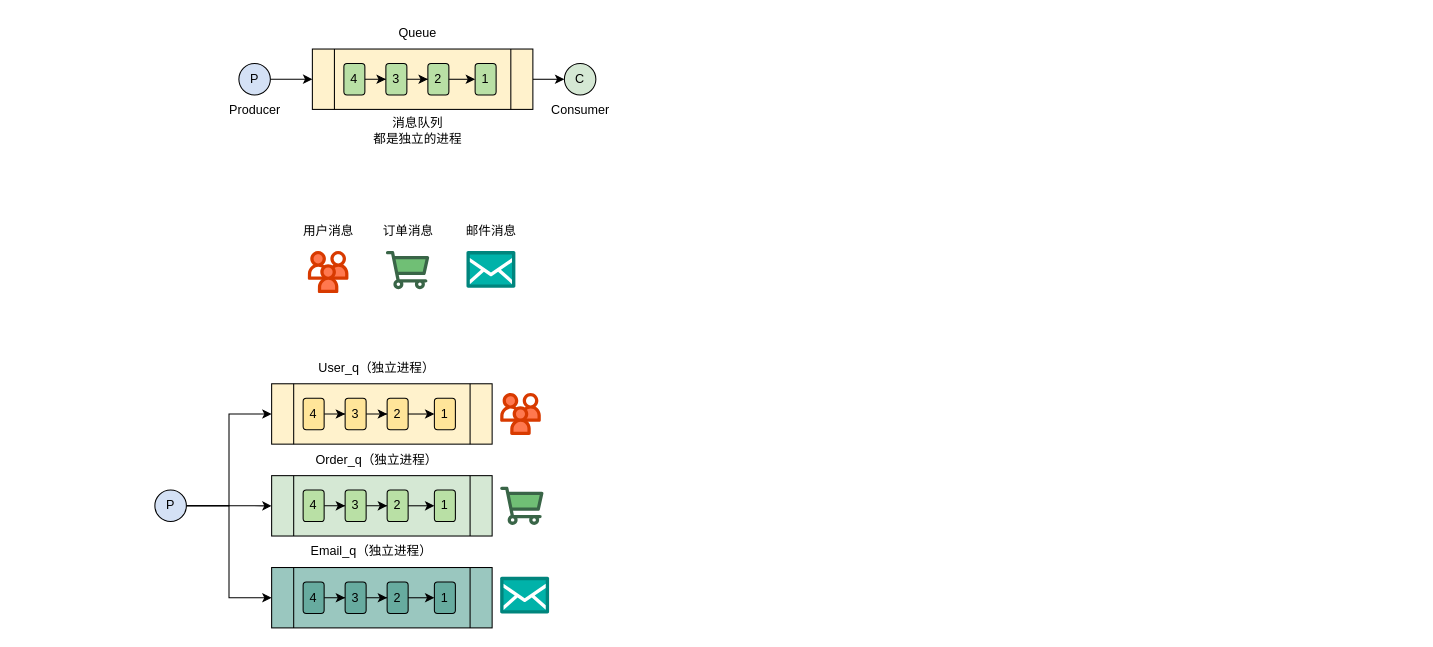
Above: Drawio/RabbitMQ.drawio in RainbowJier/RabbitMQ (draw.io), before the change. Source tidied: cells renumbered, new cells numbered last; positions are measured from the earlier drawing's top-left corner, leaving out a move shared by most shapes. Both pictures are drawn from the tidied source at 105%, with x=0, y=0 at pixel (154, 17).
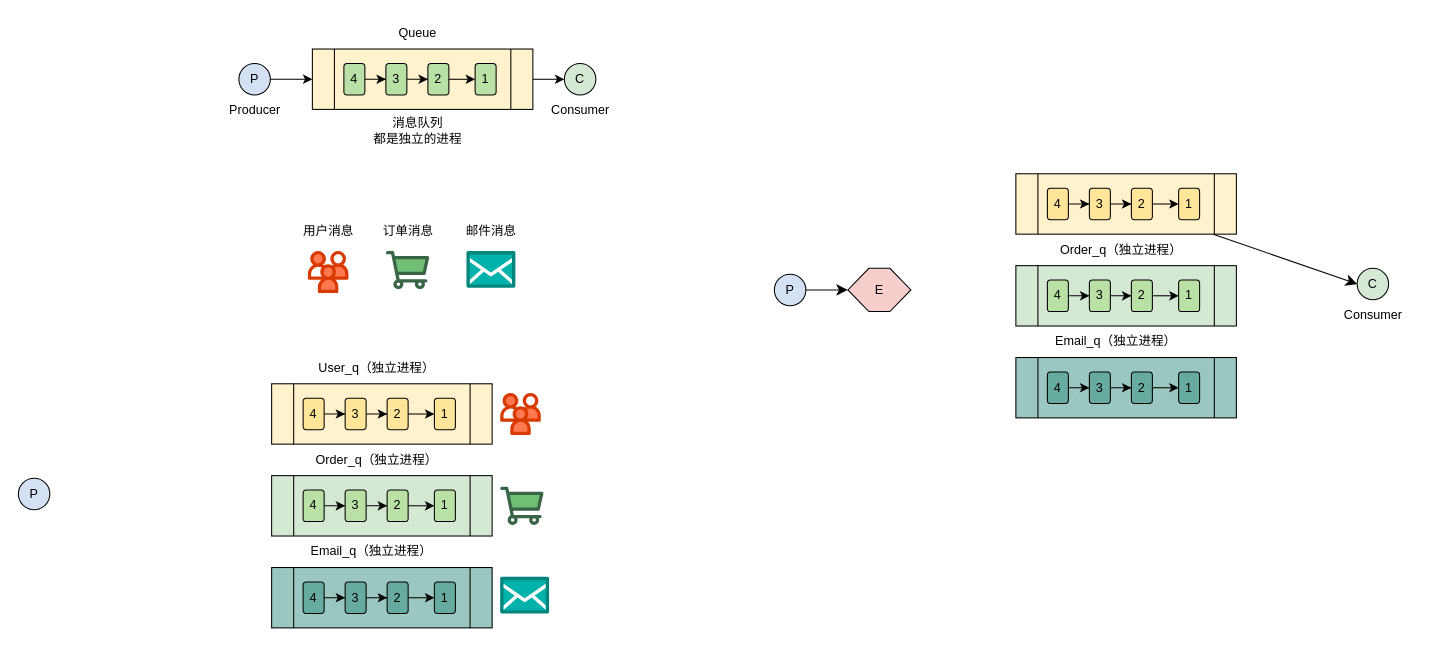
After the change.

The change refers to these unchanged cells:
```xml
<mxCell id="28" style="shape=process;whiteSpace=wrap;html=1;backgroundOutline=1;fillColor=#FFF2CC;" parent="1" vertex="1">
  <mxGeometry x="111.2" y="349" width="210" height="57.5" as="geometry" />
</mxCell>
<mxCell id="37" style="shape=process;whiteSpace=wrap;html=1;backgroundOutline=1;fillColor=#D5E8D4;" parent="1" vertex="1">
  <mxGeometry x="111.2" y="436.5" width="210" height="57.5" as="geometry" />
</mxCell>
<mxCell id="48" style="shape=process;whiteSpace=wrap;html=1;backgroundOutline=1;fillColor=#9AC7BF;" parent="1" vertex="1">
  <mxGeometry x="111.2" y="524" width="210" height="57.5" as="geometry" />
</mxCell>
```

Diff of the diagram source:
```diff
@@
-    <mxCell id="6" value="C" style="ellipse;whiteSpace=wrap;html=1;fillColor=#D5E8D4;" parent="1" vertex="1">
-      <mxGeometry x="390" y="44" width="30" height="30" as="geometry" />
-    </mxCell>
@@
-    <mxCell id="17" value="Consumer" style="text;html=1;align=center;verticalAlign=middle;strokeColor=none;fillColor=none;" parent="1" vertex="1">
-      <mxGeometry x="365" y="74" width="80" height="30" as="geometry" />
-    </mxCell>
@@
-    <mxCell id="24" style="edgeStyle=orthogonalEdgeStyle;rounded=0;jettySize=auto;html=1;entryX=0;entryY=0.5;entryDx=0;entryDy=0;" parent="1" edge="1" source="27" target="28">
-      <mxGeometry relative="1" as="geometry" />
-    </mxCell>
-    <mxCell id="25" style="edgeStyle=orthogonalEdgeStyle;rounded=0;jettySize=auto;html=1;" parent="1" edge="1" source="27" target="37">
-      <mxGeometry relative="1" as="geometry" />
-    </mxCell>
-    <mxCell id="26" style="edgeStyle=orthogonalEdgeStyle;rounded=0;jettySize=auto;html=1;entryX=0;entryY=0.5;entryDx=0;entryDy=0;" parent="1" edge="1" source="27" target="48">
-      <mxGeometry relative="1" as="geometry" />
-    </mxCell>
     <mxCell id="27" value="P" style="ellipse;whiteSpace=wrap;html=1;fillColor=#D4E1F5;" parent="1" vertex="1">
-      <mxGeometry y="450.2" width="30" height="30" as="geometry" />
+      <mxGeometry x="-130" y="439" width="30" height="30" as="geometry" />
     </mxCell>
@@
+    <mxCell id="58" style="group;" parent="1" vertex="1">
+      <mxGeometry x="365" y="44" width="80" height="60" as="geometry" />
+    </mxCell>
+    <mxCell id="6" value="C" style="ellipse;whiteSpace=wrap;html=1;fillColor=#D5E8D4;" parent="58" vertex="1">
+      <mxGeometry x="25" width="30" height="30" as="geometry" />
+    </mxCell>
+    <mxCell id="17" value="Consumer" style="text;html=1;align=center;verticalAlign=middle;strokeColor=none;fillColor=none;" parent="58" vertex="1">
+      <mxGeometry y="30" width="80" height="30" as="geometry" />
+    </mxCell>
+    <mxCell id="59" style="edgeStyle=none;curved=1;rounded=0;jettySize=auto;html=1;entryX=0;entryY=0.5;entryDx=0;entryDy=0;fontSize=12;startSize=8;endSize=8;" parent="1" edge="1" source="60" target="89">
+      <mxGeometry relative="1" as="geometry" />
+    </mxCell>
+    <mxCell id="60" style="shape=process;whiteSpace=wrap;html=1;backgroundOutline=1;fillColor=#FFF2CC;" parent="1" vertex="1">
+      <mxGeometry x="820" y="149" width="210" height="57.5" as="geometry" />
+    </mxCell>
+    <mxCell id="61" style="edgeStyle=orthogonalEdgeStyle;rounded=0;jettySize=auto;html=1;" parent="1" edge="1" source="62" target="64">
+      <mxGeometry relative="1" as="geometry" />
+    </mxCell>
+    <mxCell id="62" value="4" style="rounded=1;whiteSpace=wrap;html=1;fillColor=#FFE599;" parent="1" vertex="1">
+      <mxGeometry x="850" y="162.8" width="20" height="30" as="geometry" />
+    </mxCell>
+    <mxCell id="63" style="edgeStyle=orthogonalEdgeStyle;rounded=0;jettySize=auto;html=1;" parent="1" edge="1" source="64" target="66">
+      <mxGeometry relative="1" as="geometry" />
+    </mxCell>
+    <mxCell id="64" value="3" style="rounded=1;whiteSpace=wrap;html=1;fillColor=#FFE599;" parent="1" vertex="1">
+      <mxGeometry x="890" y="162.8" width="20" height="30" as="geometry" />
+    </mxCell>
+    <mxCell id="65" style="edgeStyle=orthogonalEdgeStyle;rounded=0;orthogonalLoop=1;jettySize=auto;html=1;" parent="1" edge="1">
+      <mxGeometry relative="1" as="geometry">
+        <mxPoint x="945" y="177.8" as="sourcePoint" />
+        <mxPoint x="975" y="177.8" as="targetPoint" />
+      </mxGeometry>
+    </mxCell>
+    <mxCell id="66" value="2" style="rounded=1;whiteSpace=wrap;html=1;fillColor=#FFE599;" parent="1" vertex="1">
+      <mxGeometry x="930" y="162.8" width="20" height="30" as="geometry" />
+    </mxCell>
+    <mxCell id="67" value="1" style="rounded=1;whiteSpace=wrap;html=1;fillColor=#FFE599;" parent="1" vertex="1">
+      <mxGeometry x="975" y="162.8" width="20" height="30" as="geometry" />
+    </mxCell>
+    <mxCell id="68" style="shape=process;whiteSpace=wrap;html=1;backgroundOutline=1;fillColor=#D5E8D4;" parent="1" vertex="1">
+      <mxGeometry x="820" y="236.5" width="210" height="57.5" as="geometry" />
+    </mxCell>
+    <mxCell id="69" style="edgeStyle=orthogonalEdgeStyle;rounded=0;jettySize=auto;html=1;" parent="1" edge="1" source="70" target="72">
+      <mxGeometry relative="1" as="geometry" />
+    </mxCell>
+    <mxCell id="70" value="4" style="rounded=1;whiteSpace=wrap;html=1;fillColor=#B9E0A5;" parent="1" vertex="1">
+      <mxGeometry x="850" y="250.2" width="20" height="30" as="geometry" />
+    </mxCell>
+    <mxCell id="71" style="edgeStyle=orthogonalEdgeStyle;rounded=0;jettySize=auto;html=1;" parent="1" edge="1" source="72" target="74">
+      <mxGeometry relative="1" as="geometry" />
+    </mxCell>
+    <mxCell id="72" value="3" style="rounded=1;whiteSpace=wrap;html=1;fillColor=#B9E0A5;" parent="1" vertex="1">
+      <mxGeometry x="890" y="250.2" width="20" height="30" as="geometry" />
+    </mxCell>
+    <mxCell id="73" style="edgeStyle=orthogonalEdgeStyle;rounded=0;orthogonalLoop=1;jettySize=auto;html=1;" parent="1" edge="1">
+      <mxGeometry relative="1" as="geometry">
+        <mxPoint x="945" y="265.2" as="sourcePoint" />
+        <mxPoint x="975" y="265.2" as="targetPoint" />
+      </mxGeometry>
+    </mxCell>
+    <mxCell id="74" value="2" style="rounded=1;whiteSpace=wrap;html=1;fillColor=#B9E0A5;" parent="1" vertex="1">
+      <mxGeometry x="930" y="250.2" width="20" height="30" as="geometry" />
+    </mxCell>
+    <mxCell id="75" value="1" style="rounded=1;whiteSpace=wrap;html=1;fillColor=#B9E0A5;" parent="1" vertex="1">
+      <mxGeometry x="975" y="250.2" width="20" height="30" as="geometry" />
+    </mxCell>
+    <mxCell id="76" value="Order_q（独立进程）" style="text;html=1;align=center;verticalAlign=middle;strokeColor=none;fillColor=none;" parent="1" vertex="1">
+      <mxGeometry x="850" y="206.5" width="140" height="30" as="geometry" />
+    </mxCell>
+    <mxCell id="77" style="shape=process;whiteSpace=wrap;html=1;backgroundOutline=1;fillColor=#9AC7BF;" parent="1" vertex="1">
+      <mxGeometry x="820" y="324" width="210" height="57.5" as="geometry" />
+    </mxCell>
+    <mxCell id="78" style="edgeStyle=orthogonalEdgeStyle;rounded=0;jettySize=auto;html=1;" parent="1" edge="1" source="79" target="81">
+      <mxGeometry relative="1" as="geometry" />
+    </mxCell>
+    <mxCell id="79" value="4" style="rounded=1;whiteSpace=wrap;html=1;fillColor=#67AB9F;" parent="1" vertex="1">
+      <mxGeometry x="850" y="337.8" width="20" height="30" as="geometry" />
+    </mxCell>
+    <mxCell id="80" style="edgeStyle=orthogonalEdgeStyle;rounded=0;jettySize=auto;html=1;" parent="1" edge="1" source="81" target="83">
+      <mxGeometry relative="1" as="geometry" />
+    </mxCell>
+    <mxCell id="81" value="3" style="rounded=1;whiteSpace=wrap;html=1;fillColor=#67AB9F;" parent="1" vertex="1">
+      <mxGeometry x="890" y="337.8" width="20" height="30" as="geometry" />
+    </mxCell>
+    <mxCell id="82" style="edgeStyle=orthogonalEdgeStyle;rounded=0;orthogonalLoop=1;jettySize=auto;html=1;" parent="1" edge="1">
+      <mxGeometry relative="1" as="geometry">
+        <mxPoint x="945" y="352.8" as="sourcePoint" />
+        <mxPoint x="975" y="352.8" as="targetPoint" />
+      </mxGeometry>
+    </mxCell>
+    <mxCell id="83" value="2" style="rounded=1;whiteSpace=wrap;html=1;fillColor=#67AB9F;" parent="1" vertex="1">
+      <mxGeometry x="930" y="337.8" width="20" height="30" as="geometry" />
+    </mxCell>
+    <mxCell id="84" value="1" style="rounded=1;whiteSpace=wrap;html=1;fillColor=#67AB9F;" parent="1" vertex="1">
+      <mxGeometry x="975" y="337.8" width="20" height="30" as="geometry" />
+    </mxCell>
+    <mxCell id="85" value="Email_q（独立进程）" style="text;html=1;align=center;verticalAlign=middle;strokeColor=none;fillColor=none;" parent="1" vertex="1">
+      <mxGeometry x="845" y="294" width="140" height="30" as="geometry" />
+    </mxCell>
+    <mxCell id="86" style="edgeStyle=none;curved=1;rounded=0;jettySize=auto;html=1;fontSize=12;startSize=8;endSize=8;" parent="1" edge="1" source="87" target="88">
+      <mxGeometry relative="1" as="geometry" />
+    </mxCell>
+    <mxCell id="87" value="P" style="ellipse;whiteSpace=wrap;html=1;fillColor=#D4E1F5;" parent="1" vertex="1">
+      <mxGeometry x="590" y="244.6" width="30" height="30" as="geometry" />
+    </mxCell>
+    <mxCell id="88" value="E" style="shape=hexagon;perimeter=hexagonPerimeter2;whiteSpace=wrap;html=1;fixedSize=1;fillColor=#F8CECC;" parent="1" vertex="1">
+      <mxGeometry x="660" y="239" width="60" height="41.2" as="geometry" />
+    </mxCell>
+    <mxCell id="89" value="C" style="ellipse;whiteSpace=wrap;html=1;fillColor=#D5E8D4;" parent="1" vertex="1">
+      <mxGeometry x="1145" y="239" width="30" height="30" as="geometry" />
+    </mxCell>
+    <mxCell id="90" value="Consumer" style="text;html=1;align=center;verticalAlign=middle;strokeColor=none;fillColor=none;" parent="1" vertex="1">
+      <mxGeometry x="1120" y="269" width="80" height="30" as="geometry" />
+    </mxCell>
```
